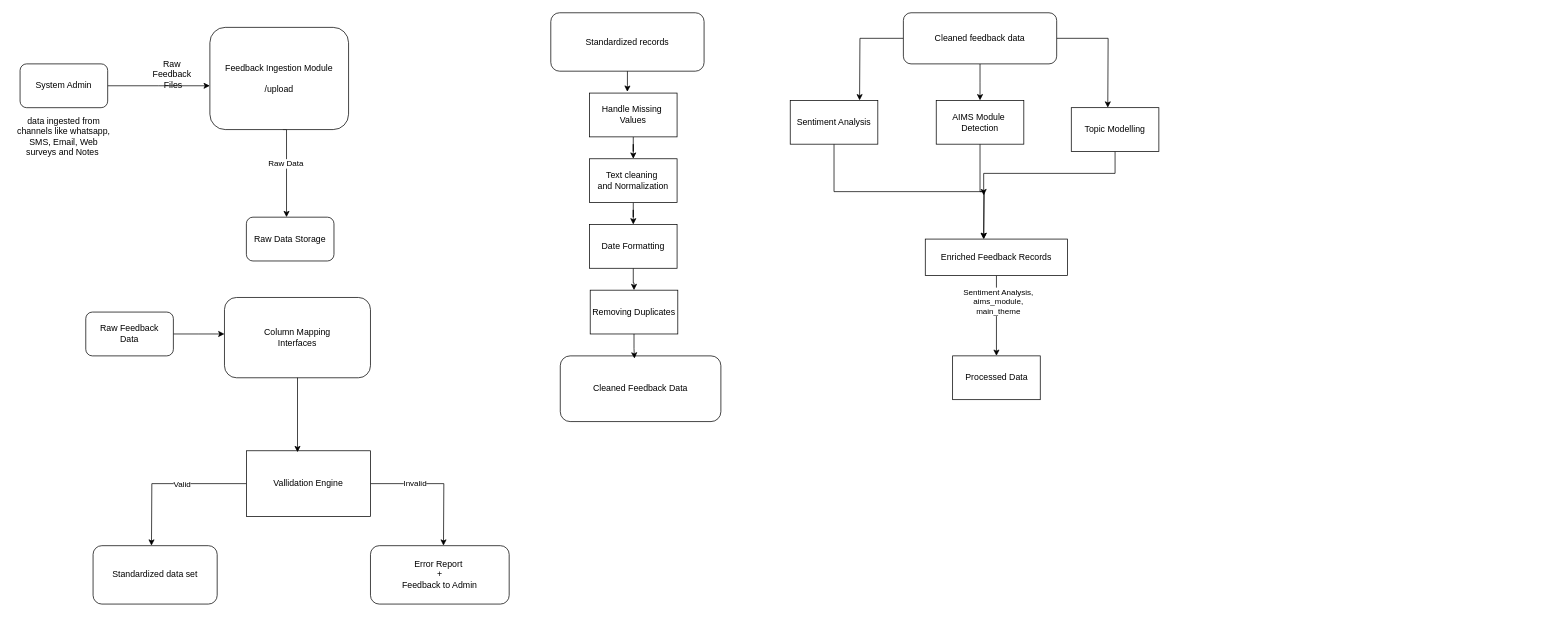
The draw.io diagram Level1.drawio in clencyc/AimSoft-Feedback-Analysis, before the edit. Source tidied: cells renumbered, new cells numbered last; positions are measured from the earlier drawing's top-left corner, leaving out a move shared by most shapes. Both pictures are drawn from the tidied source at 73%, with x=0, y=0 at pixel (12, 12).
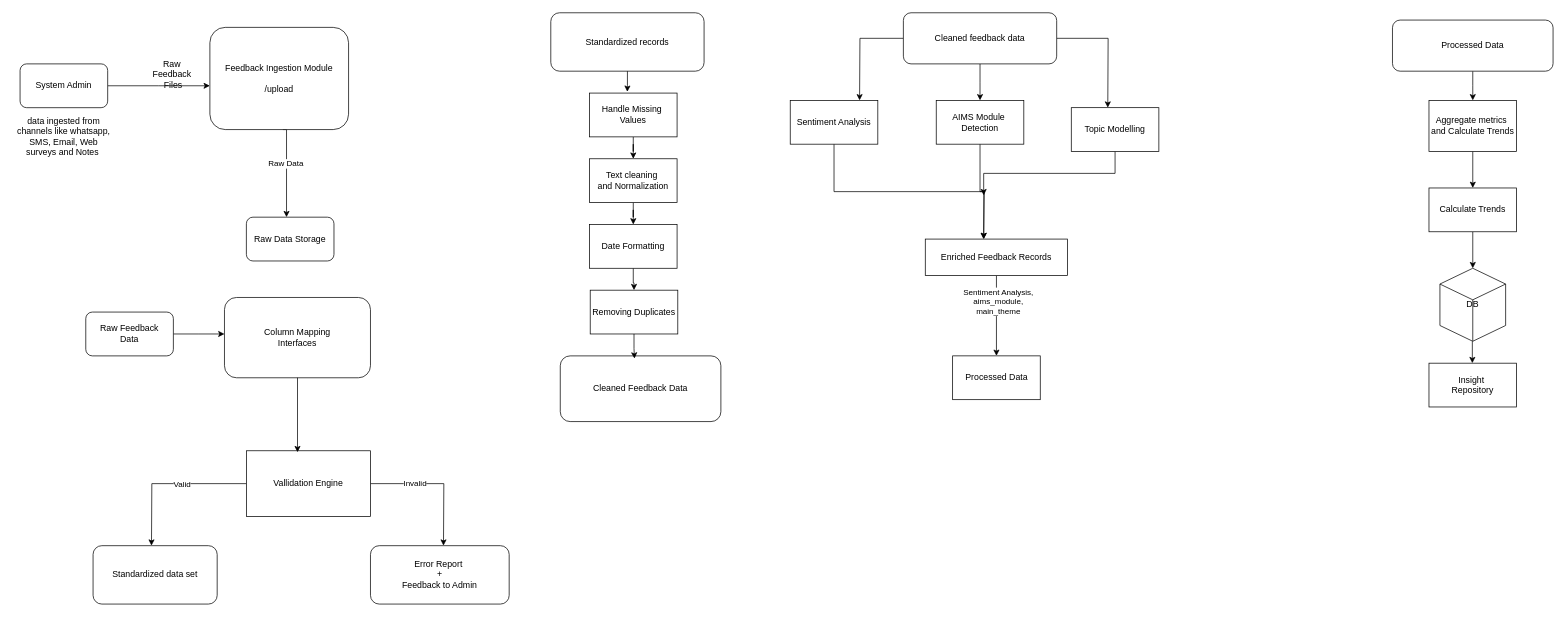
After the change.

Commit message:
Insight Generation and storage

The edit, as a diff of the source:
```diff
@@
+    <mxCell id="46" style="edgeStyle=orthogonalEdgeStyle;rounded=0;jettySize=auto;html=1;" parent="1" edge="1" source="47">
+      <mxGeometry relative="1" as="geometry">
+        <mxPoint x="2000" y="120" as="targetPoint" />
+      </mxGeometry>
+    </mxCell>
+    <mxCell id="47" value="Processed Data" style="rounded=1;whiteSpace=wrap;html=1;" parent="1" vertex="1">
+      <mxGeometry x="1890" y="10" width="220" height="70" as="geometry" />
+    </mxCell>
+    <mxCell id="48" style="edgeStyle=orthogonalEdgeStyle;rounded=0;orthogonalLoop=1;jettySize=auto;html=1;" parent="1" edge="1">
+      <mxGeometry relative="1" as="geometry">
+        <mxPoint x="2000" y="190" as="sourcePoint" />
+        <mxPoint x="2000" y="240" as="targetPoint" />
+      </mxGeometry>
+    </mxCell>
+    <mxCell id="49" style="edgeStyle=orthogonalEdgeStyle;rounded=0;jettySize=auto;html=1;" parent="1" edge="1" source="50">
+      <mxGeometry relative="1" as="geometry">
+        <mxPoint x="2000" y="350" as="targetPoint" />
+      </mxGeometry>
+    </mxCell>
+    <mxCell id="50" value="Calculate Trends" style="rounded=0;whiteSpace=wrap;html=1;" parent="1" vertex="1">
+      <mxGeometry x="1940" y="240" width="120" height="60" as="geometry" />
+    </mxCell>
+    <mxCell id="51" value="&lt;div&gt;Aggregate metrics&amp;nbsp;&lt;/div&gt;&lt;div&gt;and Calculate Trends&lt;/div&gt;" style="rounded=0;whiteSpace=wrap;html=1;" parent="1" vertex="1">
+      <mxGeometry x="1940" y="120" width="120" height="70" as="geometry" />
+    </mxCell>
+    <mxCell id="52" style="edgeStyle=orthogonalEdgeStyle;rounded=0;orthogonalLoop=1;jettySize=auto;html=1;" parent="1" edge="1">
+      <mxGeometry relative="1" as="geometry">
+        <mxPoint x="1999.4" y="450" as="sourcePoint" />
+        <mxPoint x="1999.4" y="480" as="targetPoint" />
+      </mxGeometry>
+    </mxCell>
+    <mxCell id="53" value="&lt;div&gt;Insight&amp;nbsp;&lt;/div&gt;&lt;div&gt;Repository&lt;/div&gt;" style="rounded=0;whiteSpace=wrap;html=1;" parent="1" vertex="1">
+      <mxGeometry x="1940" y="480" width="120" height="60" as="geometry" />
+    </mxCell>
+    <mxCell id="54" value="DB" style="html=1;whiteSpace=wrap;shape=isoCube2;backgroundOutline=1;isoAngle=15;" parent="1" vertex="1">
+      <mxGeometry x="1955" y="350" width="90" height="100" as="geometry" />
+    </mxCell>
```
